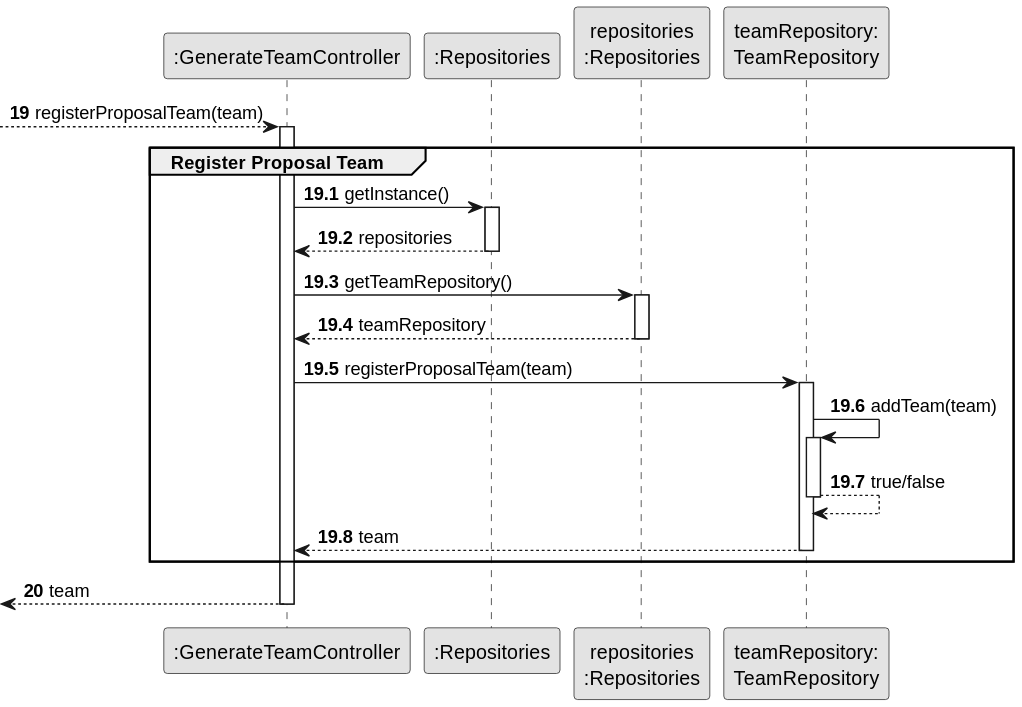
Departamento-de-Engenharia-Informatica/lei-24-s2-1db-g022 keeps this PlantUML diagram as docs/sprint2/us05/03.design/svg/us05-sequence-diagram-partial-register-proposal-team.svg. Above is the earlier version. Its diagram source:
```plantuml
@startuml
skinparam monochrome true
skinparam packageStyle rectangle
skinparam shadowing false

participant ":GenerateTeamController" as CRL
participant ":Repositories" as REP
participant "repositories\n:Repositories" as PLAT
participant "teamRepository:\nTeamRepository" as TeamRepository

autonumber 19
--> CRL: registerProposalTeam(team)

autonumber 19.1

activate CRL
group Register Proposal Team

CRL -> REP : getInstance()
activate REP

    REP --> CRL : repositories

deactivate REP

CRL -> PLAT : getTeamRepository()
activate PLAT

    PLAT --> CRL : teamRepository

deactivate PLAT

CRL -> TeamRepository : registerProposalTeam(team)
activate TeamRepository

    TeamRepository -> TeamRepository : addTeam(team)

    activate TeamRepository
        TeamRepository --> TeamRepository : true/false
    deactivate TeamRepository

    TeamRepository--> CRL : team

    deactivate TeamRepository

end
autonumber 20
<--CRL : team
deactivate CRL
@enduml
```
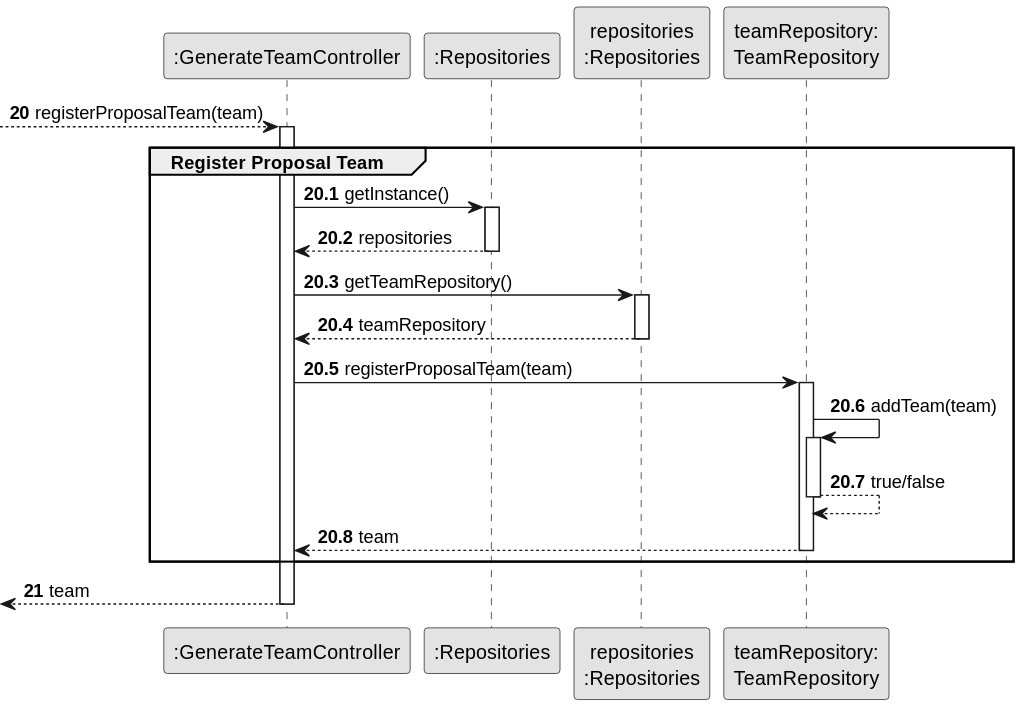
The same file after the commit.

The edit, as a diff of the source:
```diff
@@ -8,10 +8,10 @@
 participant "repositories\n:Repositories" as PLAT
 participant "teamRepository:\nTeamRepository" as TeamRepository
 
-autonumber 19
+autonumber 20
 --> CRL: registerProposalTeam(team)
 
-autonumber 19.1
+autonumber 20.1
 
 activate CRL
 group Register Proposal Team
@@ -44,7 +44,7 @@
     deactivate TeamRepository
 
 end
-autonumber 20
+autonumber 21
 <--CRL : team
 deactivate CRL
 @enduml
```
